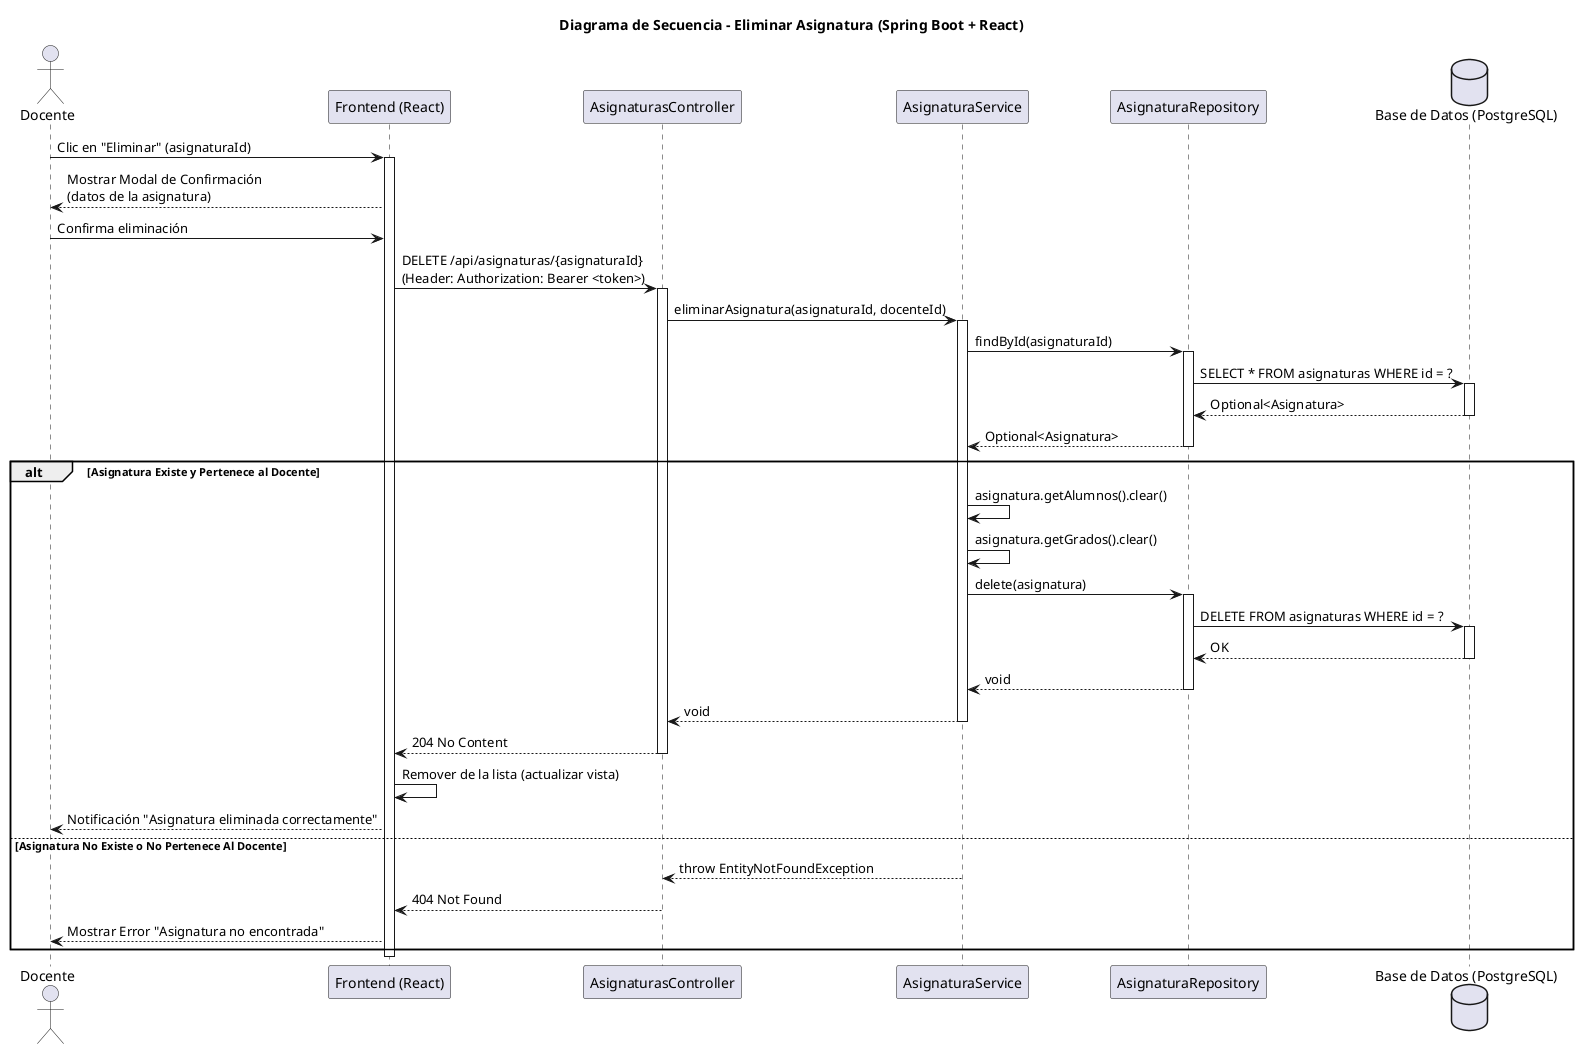
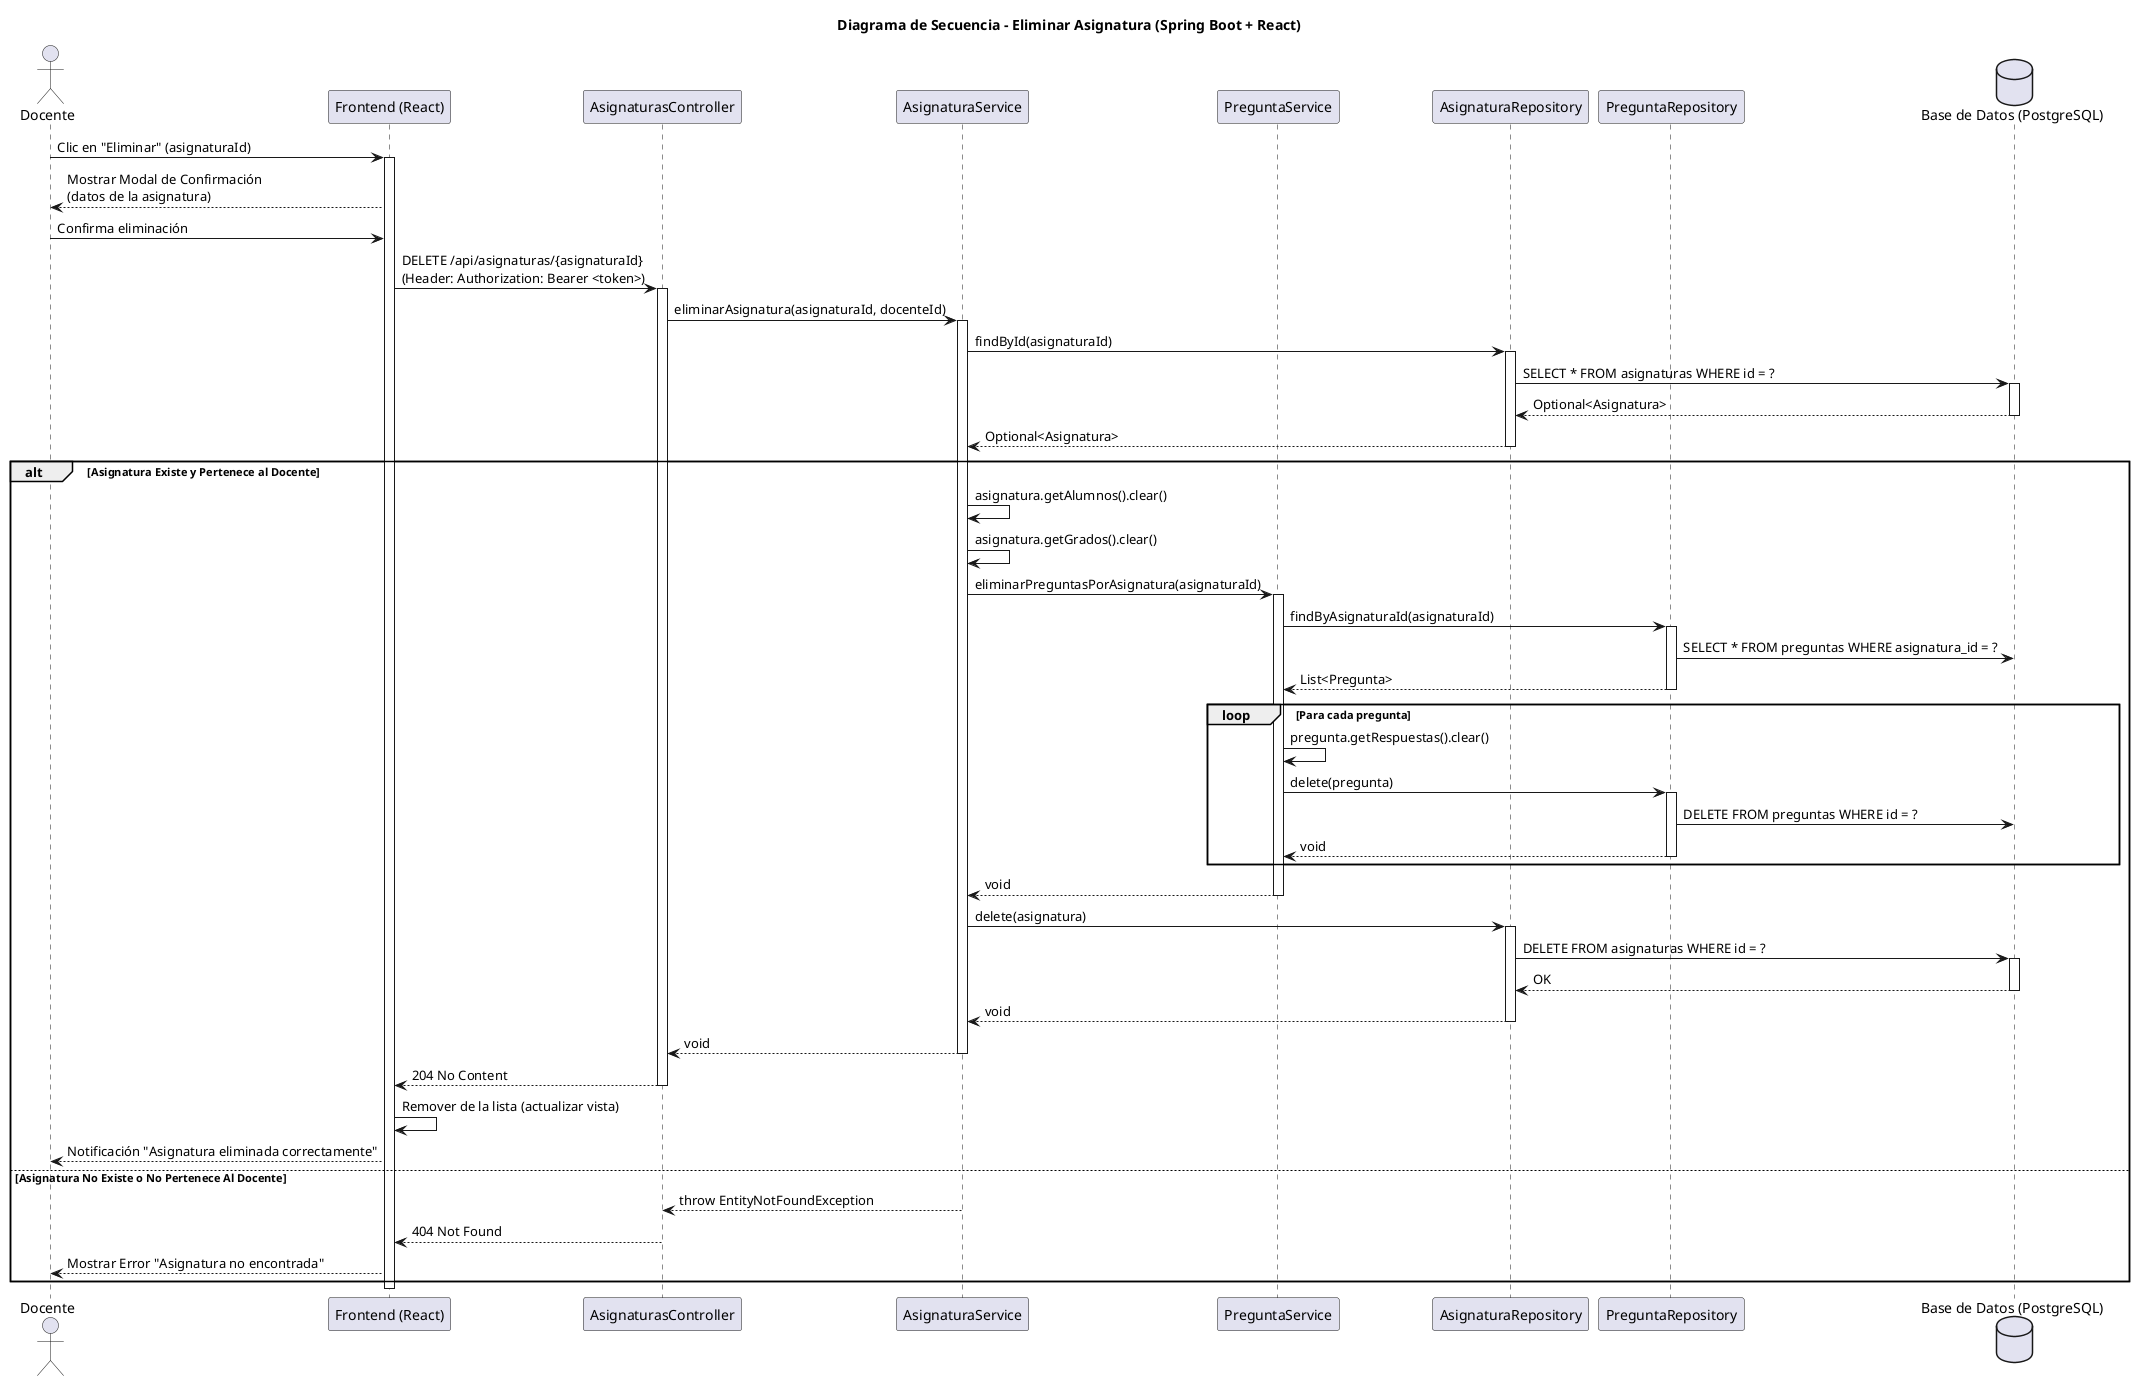
@startuml
title Diagrama de Secuencia - Eliminar Asignatura (Spring Boot + React)

actor "Docente" as Teacher
participant "Frontend (React)" as FE
participant "AsignaturasController" as Controller
participant "AsignaturaService" as Service
+ participant "PreguntaService" as PreguntaService
participant "AsignaturaRepository" as Repo
+ participant "PreguntaRepository" as PreguntaRepo
database "Base de Datos (PostgreSQL)" as DB

Teacher -> FE: Clic en "Eliminar" (asignaturaId)
activate FE
FE --> Teacher: Mostrar Modal de Confirmación\n(datos de la asignatura)
Teacher -> FE: Confirma eliminación
FE -> Controller: DELETE /api/asignaturas/{asignaturaId}\n(Header: Authorization: Bearer <token>)
activate Controller
Controller -> Service: eliminarAsignatura(asignaturaId, docenteId)
activate Service
Service -> Repo: findById(asignaturaId)
activate Repo
Repo -> DB: SELECT * FROM asignaturas WHERE id = ?
activate DB
DB --> Repo: Optional<Asignatura>
deactivate DB
Repo --> Service: Optional<Asignatura>
deactivate Repo
alt Asignatura Existe y Pertenece al Docente
    Service -> Service: asignatura.getAlumnos().clear()
    Service -> Service: asignatura.getGrados().clear()
+     Service -> PreguntaService: eliminarPreguntasPorAsignatura(asignaturaId)
+     activate PreguntaService
+     PreguntaService -> PreguntaRepo: findByAsignaturaId(asignaturaId)
+     activate PreguntaRepo
+     PreguntaRepo -> DB: SELECT * FROM preguntas WHERE asignatura_id = ?
+     PreguntaRepo --> PreguntaService: List<Pregunta>
+     deactivate PreguntaRepo
+     loop Para cada pregunta
+         PreguntaService -> PreguntaService: pregunta.getRespuestas().clear()
+         PreguntaService -> PreguntaRepo: delete(pregunta)
+         activate PreguntaRepo
+         PreguntaRepo -> DB: DELETE FROM preguntas WHERE id = ?
+         PreguntaRepo --> PreguntaService: void
+         deactivate PreguntaRepo
+     end
+     PreguntaService --> Service: void
+     deactivate PreguntaService
    Service -> Repo: delete(asignatura)
    activate Repo
    Repo -> DB: DELETE FROM asignaturas WHERE id = ?
    activate DB
    DB --> Repo: OK
    deactivate DB
    Repo --> Service: void
    deactivate Repo
    Service --> Controller: void
    deactivate Service
    Controller --> FE: 204 No Content
    deactivate Controller
    FE -> FE: Remover de la lista (actualizar vista)
    FE --> Teacher: Notificación "Asignatura eliminada correctamente"
else Asignatura No Existe o No Pertenece Al Docente
    Service --> Controller: throw EntityNotFoundException
    deactivate Service
    Controller --> FE: 404 Not Found
    deactivate Controller
    FE --> Teacher: Mostrar Error "Asignatura no encontrada"
end
deactivate FE

@enduml